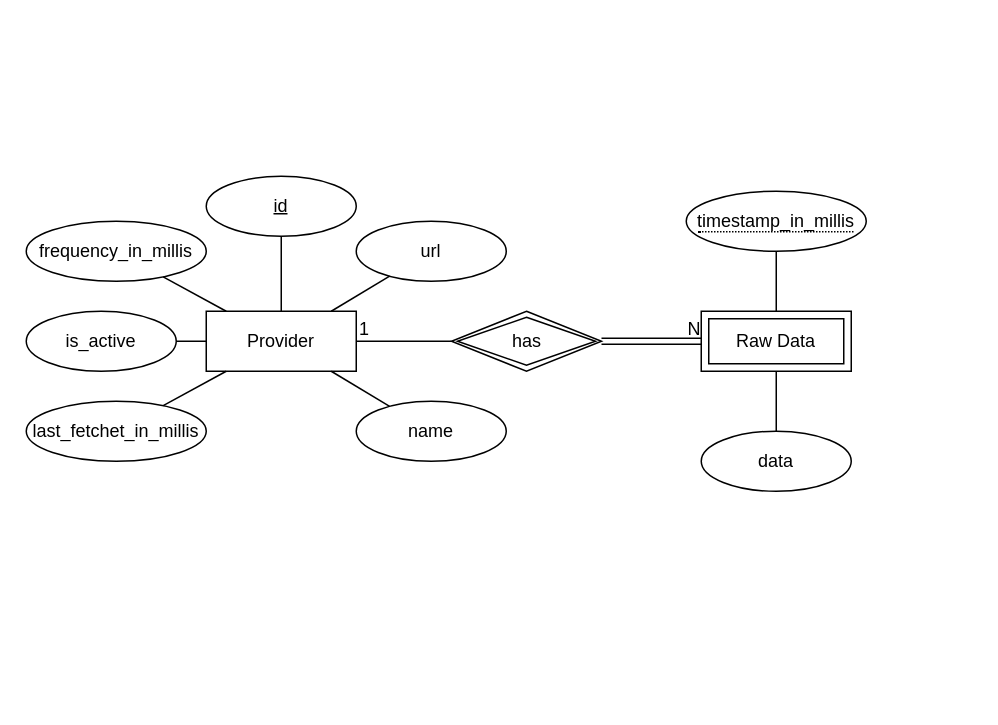
AGU-Data-System/Dynamic-Fetching-Scheduler keeps this draw.io diagram as page "ER" (1 of 2) of docs/ER_Diagram_fetcher.drawio. Above is the earlier version. Source tidied: cells renumbered, new cells numbered last; positions are measured from the earlier drawing's top-left corner, leaving out a move shared by most shapes. Both pictures are drawn from the tidied source at 150%, with x=0, y=0 at pixel (26, 176).
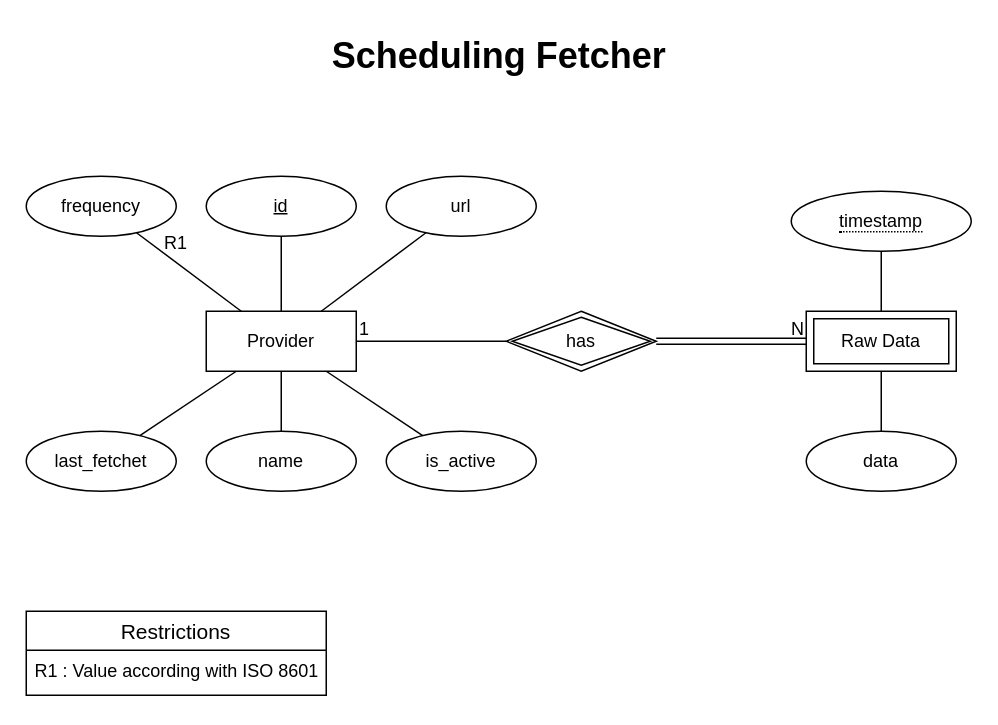
The same diagram, later.

Commit message (it also covers changes not shown here):
Output model refactor for adding a provider. Some images for docs.

The edit, as a diff of the source:
```diff
@@
+    <mxCell id="25" value="Scheduling Fetcher" style="text;strokeColor=none;fillColor=none;html=1;fontSize=24;fontStyle=1;verticalAlign=middle;align=center;" parent="1" vertex="1">
+      <mxGeometry x="195" y="-100" width="240" height="40" as="geometry" />
+    </mxCell>
+    <mxCell id="26" value="Restrictions" style="swimlane;fontStyle=0;horizontal=1;startSize=26;align=center;fontSize=14;" parent="1" vertex="1">
+      <mxGeometry y="290" width="200" height="56" as="geometry" />
+    </mxCell>
+    <mxCell id="27" value="R1 : Value according with ISO 8601" style="text;strokeColor=none;fillColor=none;spacingLeft=4;spacingRight=4;overflow=hidden;fontSize=12;" parent="26" vertex="1">
+      <mxGeometry y="26" width="200" height="30" as="geometry" />
+    </mxCell>
+    <mxCell id="28" style="group;" parent="1" vertex="1">
+      <mxGeometry width="630" height="210" as="geometry" />
+    </mxCell>
-    <mxCell id="2" value="Provider" style="whiteSpace=wrap;html=1;align=center;" parent="1" vertex="1">
+    <mxCell id="2" value="Provider" style="whiteSpace=wrap;html=1;align=center;" parent="28" vertex="1">
       <mxGeometry x="120" y="90" width="100" height="40" as="geometry" />
     </mxCell>
-    <mxCell id="3" value="id" style="ellipse;whiteSpace=wrap;html=1;align=center;fontStyle=4;" parent="1" vertex="1">
+    <mxCell id="3" value="id" style="ellipse;whiteSpace=wrap;html=1;align=center;fontStyle=4;" parent="28" vertex="1">
       <mxGeometry x="120" width="100" height="40" as="geometry" />
     </mxCell>
-    <mxCell id="4" value="name" style="ellipse;whiteSpace=wrap;html=1;align=center;" parent="1" vertex="1">
-      <mxGeometry x="220" y="150" width="100" height="40" as="geometry" />
+    <mxCell id="4" value="name" style="ellipse;whiteSpace=wrap;html=1;align=center;" parent="28" vertex="1">
+      <mxGeometry x="120" y="170" width="100" height="40" as="geometry" />
     </mxCell>
-    <mxCell id="5" value="url" style="ellipse;whiteSpace=wrap;html=1;align=center;" parent="1" vertex="1">
-      <mxGeometry x="220" y="30" width="100" height="40" as="geometry" />
+    <mxCell id="5" value="url" style="ellipse;whiteSpace=wrap;html=1;align=center;" parent="28" vertex="1">
+      <mxGeometry x="240" width="100" height="40" as="geometry" />
     </mxCell>
-    <mxCell id="6" value="frequency_in_millis" style="ellipse;whiteSpace=wrap;html=1;align=center;" parent="1" vertex="1">
-      <mxGeometry y="30" width="120" height="40" as="geometry" />
+    <mxCell id="6" value="frequency" style="ellipse;whiteSpace=wrap;html=1;align=center;" parent="28" vertex="1">
+      <mxGeometry width="100" height="40" as="geometry" />
     </mxCell>
-    <mxCell id="7" value="last_fetchet_in_millis" style="ellipse;whiteSpace=wrap;html=1;align=center;" parent="1" vertex="1">
-      <mxGeometry y="150" width="120" height="40" as="geometry" />
+    <mxCell id="7" value="last_fetchet" style="ellipse;whiteSpace=wrap;html=1;align=center;" parent="28" vertex="1">
+      <mxGeometry y="170" width="100" height="40" as="geometry" />
     </mxCell>
-    <mxCell id="8" value="is_active" style="ellipse;whiteSpace=wrap;html=1;align=center;" parent="1" vertex="1">
-      <mxGeometry y="90" width="100" height="40" as="geometry" />
+    <mxCell id="8" value="is_active" style="ellipse;whiteSpace=wrap;html=1;align=center;" parent="28" vertex="1">
+      <mxGeometry x="240" y="170" width="100" height="40" as="geometry" />
     </mxCell>
-    <mxCell id="9" value="Raw Data" style="shape=ext;margin=3;double=1;whiteSpace=wrap;html=1;align=center;" parent="1" vertex="1">
-      <mxGeometry x="450" y="90" width="100" height="40" as="geometry" />
+    <mxCell id="9" value="Raw Data" style="shape=ext;margin=3;double=1;whiteSpace=wrap;html=1;align=center;" parent="28" vertex="1">
+      <mxGeometry x="520" y="90" width="100" height="40" as="geometry" />
     </mxCell>
-    <mxCell id="10" value="&lt;span style=&quot;border-bottom: 1px dotted&quot;&gt;timestamp_in_millis&lt;/span&gt;" style="ellipse;whiteSpace=wrap;html=1;align=center;" parent="1" vertex="1">
-      <mxGeometry x="440" y="10" width="120" height="40" as="geometry" />
+    <mxCell id="10" value="&lt;span style=&quot;border-bottom: 1px dotted&quot;&gt;timestamp&lt;/span&gt;" style="ellipse;whiteSpace=wrap;html=1;align=center;" parent="28" vertex="1">
+      <mxGeometry x="510" y="10" width="120" height="40" as="geometry" />
     </mxCell>
-    <mxCell id="11" value="data" style="ellipse;whiteSpace=wrap;html=1;align=center;" parent="1" vertex="1">
-      <mxGeometry x="450" y="170" width="100" height="40" as="geometry" />
+    <mxCell id="11" value="data" style="ellipse;whiteSpace=wrap;html=1;align=center;" parent="28" vertex="1">
+      <mxGeometry x="520" y="170" width="100" height="40" as="geometry" />
     </mxCell>
-    <mxCell id="12" style="endArrow=none;html=1;rounded=0;" parent="1" edge="1" source="2" target="3">
+    <mxCell id="12" style="endArrow=none;html=1;rounded=0;" parent="28" edge="1" source="2" target="3">
       <mxGeometry relative="1" as="geometry" />
     </mxCell>
-    <mxCell id="13" style="endArrow=none;html=1;rounded=0;" parent="1" edge="1" source="2" target="5">
+    <mxCell id="13" style="endArrow=none;html=1;rounded=0;" parent="28" edge="1" source="2" target="5">
       <mxGeometry relative="1" as="geometry" />
     </mxCell>
-    <mxCell id="14" style="endArrow=none;html=1;rounded=0;" parent="1" edge="1" source="2" target="4">
+    <mxCell id="14" style="endArrow=none;html=1;rounded=0;" parent="28" edge="1" source="2" target="4">
       <mxGeometry relative="1" as="geometry" />
     </mxCell>
-    <mxCell id="15" style="endArrow=none;html=1;rounded=0;" parent="1" edge="1" source="2" target="6">
+    <mxCell id="15" style="endArrow=none;html=1;rounded=0;" parent="28" edge="1" source="2" target="6">
       <mxGeometry relative="1" as="geometry" />
     </mxCell>
-    <mxCell id="16" style="endArrow=none;html=1;rounded=0;" parent="1" edge="1" source="2" target="8">
+    <mxCell id="16" style="endArrow=none;html=1;rounded=0;" parent="28" edge="1" source="2" target="8">
       <mxGeometry relative="1" as="geometry" />
     </mxCell>
-    <mxCell id="17" style="endArrow=none;html=1;rounded=0;" parent="1" edge="1" source="2" target="7">
+    <mxCell id="17" style="endArrow=none;html=1;rounded=0;" parent="28" edge="1" source="2" target="7">
       <mxGeometry relative="1" as="geometry" />
     </mxCell>
-    <mxCell id="18" style="endArrow=none;html=1;rounded=0;" parent="1" edge="1" source="10" target="9">
+    <mxCell id="18" style="endArrow=none;html=1;rounded=0;" parent="28" edge="1" source="10" target="9">
       <mxGeometry relative="1" as="geometry" />
     </mxCell>
-    <mxCell id="19" style="endArrow=none;html=1;rounded=0;" parent="1" edge="1" source="11" target="9">
+    <mxCell id="19" style="endArrow=none;html=1;rounded=0;" parent="28" edge="1" source="11" target="9">
       <mxGeometry relative="1" as="geometry" />
     </mxCell>
-    <mxCell id="20" style="shape=link;html=1;rounded=0;" parent="1" edge="1" source="24" target="9">
+    <mxCell id="20" style="shape=link;html=1;rounded=0;" parent="28" edge="1" source="24" target="9">
       <mxGeometry relative="1" as="geometry" />
     </mxCell>
@@
-    <mxCell id="22" style="endArrow=none;html=1;rounded=0;" parent="1" edge="1" source="24" target="2">
+    <mxCell id="22" style="endArrow=none;html=1;rounded=0;" parent="28" edge="1" source="24" target="2">
       <mxGeometry relative="1" as="geometry" />
     </mxCell>
@@
-    <mxCell id="24" value="has" style="shape=rhombus;double=1;perimeter=rhombusPerimeter;whiteSpace=wrap;html=1;align=center;" parent="1" vertex="1">
-      <mxGeometry x="283.5" y="90" width="100" height="40" as="geometry" />
+    <mxCell id="24" value="has" style="shape=rhombus;double=1;perimeter=rhombusPerimeter;whiteSpace=wrap;html=1;align=center;" parent="28" vertex="1">
+      <mxGeometry x="320" y="90" width="100" height="40" as="geometry" />
     </mxCell>
+    <mxCell id="29" value="R1" style="text;html=1;strokeColor=none;fillColor=none;align=center;verticalAlign=middle;whiteSpace=wrap;rounded=0;fontSize=12;" parent="28" vertex="1">
+      <mxGeometry x="70" y="30" width="60" height="30" as="geometry" />
+    </mxCell>
```
